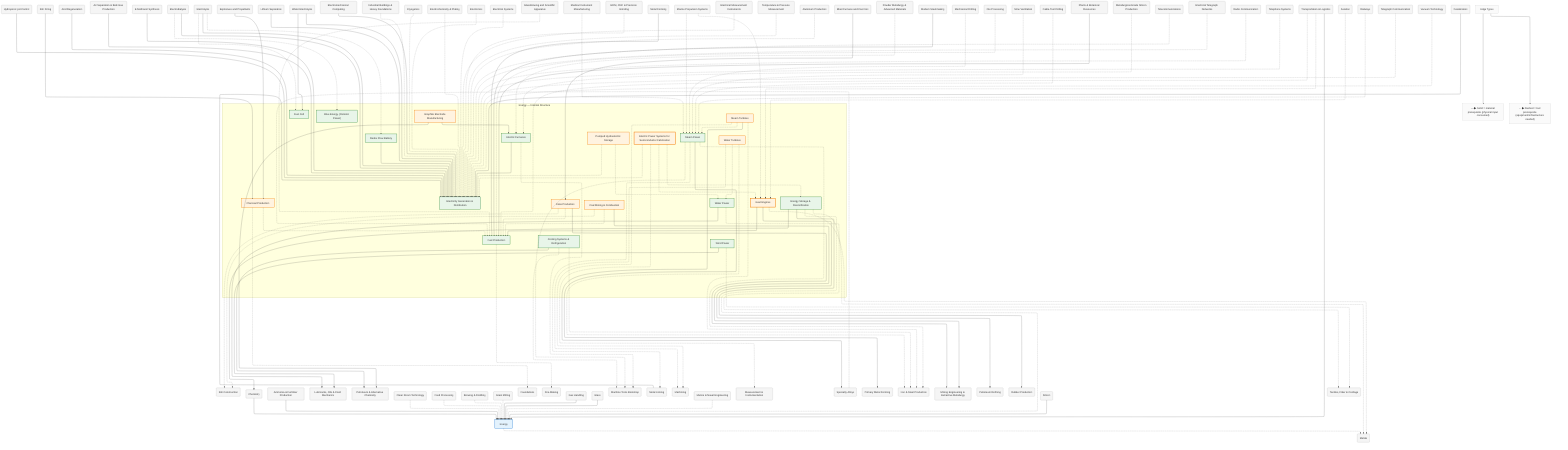
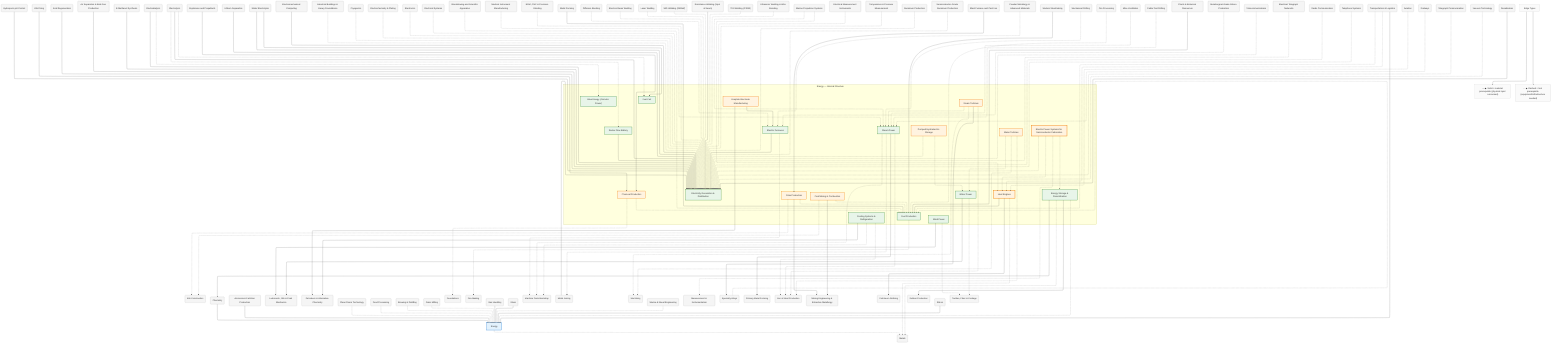
%%{init: {"flowchart": {"defaultRenderer": "elk", "htmlLabels": true}}}%%
graph TD
    %% Domain: Energy

    %% ==================== INTERNAL NODES ====================
    subgraph energy_internal ["Energy — Internal Structure"]
        direction TB
        energy_gravity["Water Power"]
        energy_wind["Wind Power"]
        energy_fuels["Fuel Production"]
        energy_fuels_charcoal["Charcoal Production"]
        energy_fuels_coal["Coal Mining & Combustion"]
        energy_fuels_coke["Coke Production"]
        energy_steam-power["Steam Power"]
        energy_engine["Heat Engines"]
        energy_electricity["Electricity Generation & Distribution"]
        energy_electricity_power-systems["Electric Power Systems for Semiconductor Fabrication"]
        energy_electric-furnaces["Electric Furnaces"]
        energy_cooling["Cooling Systems & Refrigeration"]
        energy_storage["Energy Storage & Diversification"]
        energy_steam-power_steam-turbines["Steam Turbines"]
        energy_gravity_water-turbines["Water Turbines"]
        energy_storage_pumped-hydro["Pumped Hydroelectric Storage"]
        energy_electric-furnaces_electrode-manufacturing["Graphite Electrode Manufacturing"]
        energy_redox-flow-battery["Redox Flow Battery"]
        energy_fuel-cell["Fuel Cell"]
        energy_blue-energy["Blue Energy (Osmotic Power)"]
    end

    %% ==================== DOMAIN NODE ====================
    energy["Energy"]

    %% ==================== EXTERNAL DEPENDENCIES ====================
    agriculture_hydroponic-ph-control("Hydroponic pH Control")
    ceramics_kilns("Kiln Construction")
    ceramics_pottery_kiln-firing("Kiln Firing")
    chemistry("Chemistry")
    chemistry_acid-regeneration("Acid Regeneration")
    chemistry_air-separation("Air Separation & Bulk Gas Production")
    chemistry_ammonia("Ammonia & Fertilizer Production")
    chemistry_e-methanol("E-Methanol Synthesis")
    chemistry_electrodialysis("Electrodialysis")
    chemistry_electrolysis("Electrolysis")
    chemistry_explosives("Explosives and Propellants")
    chemistry_lithium-separation("Lithium Separation")
    chemistry_lubricants("Lubricants, Oils & Fluid Mechanics")
    chemistry_petroleum-alternatives("Petroleum & Alternative Chemistry")
    chemistry_water-electrolysis("Water Electrolysis")
    cleanrooms("Clean Room Technology")
    computing_electromechanical("Electromechanical Computing")
    construction_industrial-buildings("Industrial Buildings & Heavy Foundations")
    cryogenics("Cryogenics")
    electrochemistry("Electrochemistry & Plating")
    electronics("Electronics")
    electronics_electrical-systems("Electrical Systems")
    food-processing("Food Processing")
    food-processing_brewing("Brewing & Distilling")
    food-processing_milling("Grain Milling")
    foundations("Foundations")
    foundations_fire("Fire-Making")
    gas-handling("Gas Handling")
    glass("Glass")
    glass_advanced_glassblowing("Glassblowing and Scientific Apparatus")
    health_medical-instruments("Medical Instrument Manufacturing")
    machine-tools("Machine Tools Bootstrap")
    machine-tools_edm-cnc("EDM, CNC & Precision Grinding")
    machine-tools_forming("Metal Forming")
    machine-tools_joining("Metal Joining")
+     machine-tools_joining_diffusion-bonding("Diffusion Bonding")
+     machine-tools_joining_electron-beam("Electron Beam Welding")
+     machine-tools_joining_laser-welding("Laser Welding")
+     machine-tools_joining_mig-welding("MIG Welding (GMAW)")
+     machine-tools_joining_resistance-welding("Resistance Welding (Spot & Seam)")
+     machine-tools_joining_tig-welding("TIG Welding (GTAW)")
+     machine-tools_joining_ultrasonic-bonding("Ultrasonic Welding & Wire Bonding")
    machine-tools_machining("Machining")
    marine("Marine & Naval Engineering")
    marine_propulsion("Marine Propulsion Systems")
    measurement("Measurement & Instrumentation")
    measurement_electrical-instruments("Electrical Measurement Instruments")
    measurement_temperature-pressure("Temperature & Pressure Measurement")
    metals("Metals")
    metals_alloys("Specialty Alloys")
    metals_aluminum("Aluminum Production")
+     metals_aluminum_semiconductor-grade("Semiconductor-Grade Aluminum Production")
    metals_forming("Primary Metal Forming")
    metals_iron-steel("Iron & Steel Production")
    metals_iron-steel_blast-furnace("Blast Furnace and Cast Iron")
    metals_powder-metallurgy("Powder Metallurgy & Advanced Materials")
    metals_steelmaking("Modern Steelmaking")
    mining("Mining Engineering & Extractive Metallurgy")
    mining_drilling("Mechanical Drilling")
    mining_processing("Ore Processing")
    mining_ventilation("Mine Ventilation")
    petroleum_extraction_cable-tool("Cable-Tool Drilling")
    petroleum_refining("Petroleum Refining")
    plants("Plants & Botanical Resources")
    polymers_rubber("Rubber Production")
    silicon("Silicon")
    silicon_mg-si-production("Metallurgical-Grade Silicon Production")
    telecom("Telecommunications")
    telecom_electric-telegraph("Electrical Telegraph Networks")
    telecom_radio("Radio Communication")
    telecom_telephone("Telephone Systems")
    textiles("Textiles, Fiber & Cordage")
    transport("Transportation & Logistics")
    transport_aviation("Aviation")
    transport_railways("Railways")
    transport_telegraph("Telegraph Communication")
    vacuum("Vacuum Technology")
    water_desalination("Desalination")

    %% ==================== EDGES ====================
    energy_electric-furnaces --> energy_electricity
    energy_storage -.-> energy
    energy_fuels_charcoal -.-> energy_fuels
    energy_fuels_coal -.-> energy_fuels
    energy_fuels_coke -.-> energy_fuels
    energy_electricity_power-systems -.-> energy_electricity
    energy_electricity_power-systems -.-> energy_storage
    energy_electricity_power-systems -.-> energy_engine
    energy_engine --> energy_fuels
    energy_steam-power_steam-turbines -.-> energy_steam-power
    energy_gravity_water-turbines -.-> energy_gravity
    energy_storage_pumped-hydro -.-> energy_gravity
    energy_storage_pumped-hydro -.-> energy_electricity
    energy_electric-furnaces_electrode-manufacturing --> energy_electric-furnaces
    energy_redox-flow-battery --> energy_electricity
    energy_gravity -.-> textiles
    energy_wind -.-> textiles
    energy_gravity --> chemistry_lubricants
    energy_wind --> chemistry_lubricants
    energy -.-> metals
    energy_fuels_coal -.-> ceramics_kilns
    energy_fuels_coke -.-> ceramics_kilns
    energy_fuels_coal --> mining
    energy_fuels_coke --> mining
    energy_steam-power -.-> machine-tools
    energy_steam-power -.-> metals_iron-steel
    energy_steam-power -.-> machine-tools_joining
    energy_electric-furnaces -.-> machine-tools
    energy_cooling -.-> machine-tools
    energy_cooling -.-> metals_iron-steel
    energy_cooling --> chemistry_petroleum-alternatives
    chemistry_electrolysis --> energy_electricity
    machine-tools_joining --> energy_electricity
    chemistry --> energy
    glass --> energy
    gas-handling --> energy
    silicon --> energy
    silicon_mg-si-production -.-> energy_electric-furnaces
    chemistry_air-separation --> energy_electricity
    energy_storage --> chemistry
    energy_storage -.-> metals
    transport --> energy
    energy_fuels_charcoal -.-> foundations
    ceramics_pottery_kiln-firing --> energy_fuels_charcoal
    energy_fuels -.-> foundations_fire
    machine-tools_forming --> energy_fuels
    machine-tools_edm-cnc -.-> energy_electricity
    computing_electromechanical --> energy_electricity
    mining_processing -.-> energy_fuels
    energy_storage --> polymers_rubber
    energy_electricity_power-systems -.-> measurement
    transport_railways -.-> energy_steam-power
    measurement_temperature-pressure -.-> energy_electricity
    energy_engine -.-> metals
    transport_aviation -.-> energy_engine
    transport -.-> energy_engine
    energy_steam-power_steam-turbines -.-> metals_iron-steel
    energy_steam-power_steam-turbines -.-> machine-tools_machining
    energy_gravity_water-turbines -.-> metals_iron-steel
    energy_gravity_water-turbines -.-> machine-tools_machining
    energy_electric-furnaces_electrode-manufacturing --> chemistry_petroleum-alternatives
    metals_iron-steel_blast-furnace --> energy_fuels_coke
    transport_telegraph -.-> energy_electricity
    chemistry_explosives --> energy_fuels_charcoal
    glass_advanced_glassblowing -.-> energy_fuels
    transport -.-> energy_fuels
    plants --> energy_fuels
    chemistry_ammonia --> energy
    metals_steelmaking --> energy_fuels
    metals_aluminum -.-> energy_electricity
+     metals_aluminum_semiconductor-grade -.-> energy_electricity
    energy_steam-power_steam-turbines --> metals_alloys
    energy_steam-power --> metals_forming
    metals_powder-metallurgy -.-> energy_electric-furnaces
    metals_alloys -.-> energy_fuels
    mining_drilling -.-> energy_steam-power
    mining_ventilation -.-> energy_steam-power
    measurement_electrical-instruments -.-> energy_electricity
    health_medical-instruments -.-> energy_steam-power
    chemistry_electrolysis -.-> energy_redox-flow-battery
    chemistry_electrolysis -.-> energy_fuel-cell
    chemistry_water-electrolysis --> energy_electricity
    chemistry_e-methanol --> energy_electricity
    chemistry_electrodialysis --> energy_electricity
    water_desalination --> energy_electricity
    agriculture_hydroponic-ph-control --> energy_electricity
    chemistry_lithium-separation --> energy_electricity
    chemistry_acid-regeneration --> energy_electricity
    chemistry_water-electrolysis --> energy_fuel-cell
    chemistry_electrodialysis -.-> energy_blue-energy
    electronics -.-> energy_electricity
    electronics_electrical-systems -.-> energy_electricity
    cleanrooms -.-> energy
    cryogenics -.-> energy_electricity
    vacuum -.-> energy_electricity
    electrochemistry -.-> energy_electricity
    petroleum_extraction_cable-tool -.-> energy_steam-power
    energy_engine --> petroleum_refining
    construction_industrial-buildings -.-> energy_electricity
    food-processing -.-> energy
    food-processing_milling -.-> energy
    food-processing_brewing -.-> energy
    telecom -.-> energy_electricity
    telecom_electric-telegraph -.-> energy_electricity
    telecom_telephone -.-> energy_electricity
    telecom_radio -.-> energy_electricity
    marine -.-> energy
    marine_propulsion -.-> energy_steam-power
    marine_propulsion -.-> energy_engine
+     machine-tools_joining_tig-welding -.-> energy_electricity
+     machine-tools_joining_mig-welding -.-> energy_electricity
+     machine-tools_joining_resistance-welding --> energy_electricity
+     machine-tools_joining_electron-beam -.-> energy_electricity
+     machine-tools_joining_ultrasonic-bonding -.-> energy_electricity
+     machine-tools_joining_laser-welding -.-> energy_electricity
+     machine-tools_joining_diffusion-bonding -.-> energy_electric-furnaces

    %% ==================== EDGE TYPE LEGEND ====================
    EdgeLegend["Edge Types"]
    EdgeLegend --> MatNote["──▶ Solid = material prerequisite (physical input consumed)"]
    EdgeLegend --> ToolNote["- - ▶ Dashed = tool prerequisite (equipment/infrastructure needed)"]

    %% ==================== STYLING ====================
    classDef domain fill:#e3f2fd,stroke:#1976d2,stroke-width:2px
    classDef capability fill:#e8f5e9,stroke:#388e3c,stroke-width:2px
    classDef process fill:#fff3e0,stroke:#f57c00,stroke-width:2px
    classDef critical fill:#fff3e0,stroke:#f57c00,stroke-width:3px
    classDef earlyWin fill:#e8f5e9,stroke:#388e3c,stroke-width:3px
    classDef pinnacle fill:#fce4ec,stroke:#c62828,stroke-width:3px
    classDef external fill:#f5f5f5,stroke:#9e9e9e,stroke-width:1px
    classDef legend fill:#fafafa,stroke:#bdbdbd,stroke-width:1px
    class energy domain
    class energy_gravity capability
    class energy_wind capability
    class energy_fuels capability
    class energy_fuels_charcoal process
    class energy_fuels_coal process
    class energy_fuels_coke process
    class energy_steam-power capability
    class energy_engine critical
    class energy_electricity capability
    class energy_electricity_power-systems critical
    class energy_electric-furnaces capability
    class energy_cooling capability
    class energy_storage capability
    class energy_steam-power_steam-turbines process
    class energy_gravity_water-turbines process
    class energy_storage_pumped-hydro process
    class energy_electric-furnaces_electrode-manufacturing process
    class energy_redox-flow-battery capability
    class energy_fuel-cell capability
    class energy_blue-energy capability
    class agriculture_hydroponic-ph-control external
    class ceramics_kilns external
    class ceramics_pottery_kiln-firing external
    class chemistry external
    class chemistry_acid-regeneration external
    class chemistry_air-separation external
    class chemistry_ammonia external
    class chemistry_e-methanol external
    class chemistry_electrodialysis external
    class chemistry_electrolysis external
    class chemistry_explosives external
    class chemistry_lithium-separation external
    class chemistry_lubricants external
    class chemistry_petroleum-alternatives external
    class chemistry_water-electrolysis external
    class cleanrooms external
    class computing_electromechanical external
    class construction_industrial-buildings external
    class cryogenics external
    class electrochemistry external
    class electronics external
    class electronics_electrical-systems external
    class food-processing external
    class food-processing_brewing external
    class food-processing_milling external
    class foundations external
    class foundations_fire external
    class gas-handling external
    class glass external
    class glass_advanced_glassblowing external
    class health_medical-instruments external
    class machine-tools external
    class machine-tools_edm-cnc external
    class machine-tools_forming external
    class machine-tools_joining external
+     class machine-tools_joining_diffusion-bonding external
+     class machine-tools_joining_electron-beam external
+     class machine-tools_joining_laser-welding external
+     class machine-tools_joining_mig-welding external
+     class machine-tools_joining_resistance-welding external
+     class machine-tools_joining_tig-welding external
+     class machine-tools_joining_ultrasonic-bonding external
    class machine-tools_machining external
    class marine external
    class marine_propulsion external
    class measurement external
    class measurement_electrical-instruments external
    class measurement_temperature-pressure external
    class metals external
    class metals_alloys external
    class metals_aluminum external
+     class metals_aluminum_semiconductor-grade external
    class metals_forming external
    class metals_iron-steel external
    class metals_iron-steel_blast-furnace external
    class metals_powder-metallurgy external
    class metals_steelmaking external
    class mining external
    class mining_drilling external
    class mining_processing external
    class mining_ventilation external
    class petroleum_extraction_cable-tool external
    class petroleum_refining external
    class plants external
    class polymers_rubber external
    class silicon external
    class silicon_mg-si-production external
    class telecom external
    class telecom_electric-telegraph external
    class telecom_radio external
    class telecom_telephone external
    class textiles external
    class transport external
    class transport_aviation external
    class transport_railways external
    class transport_telegraph external
    class vacuum external
    class water_desalination external
    class EdgeLegend,MatNote,ToolNote legend
